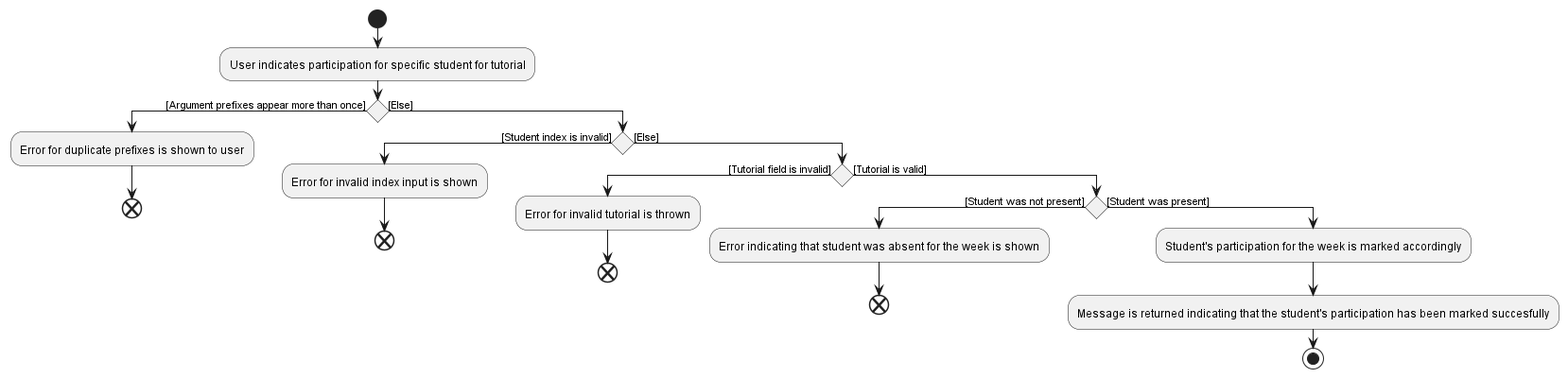
Above: docs/images/InputParticipationActivityDiagram.png in proto-aiken-13/tp (PlantUML), before the change.
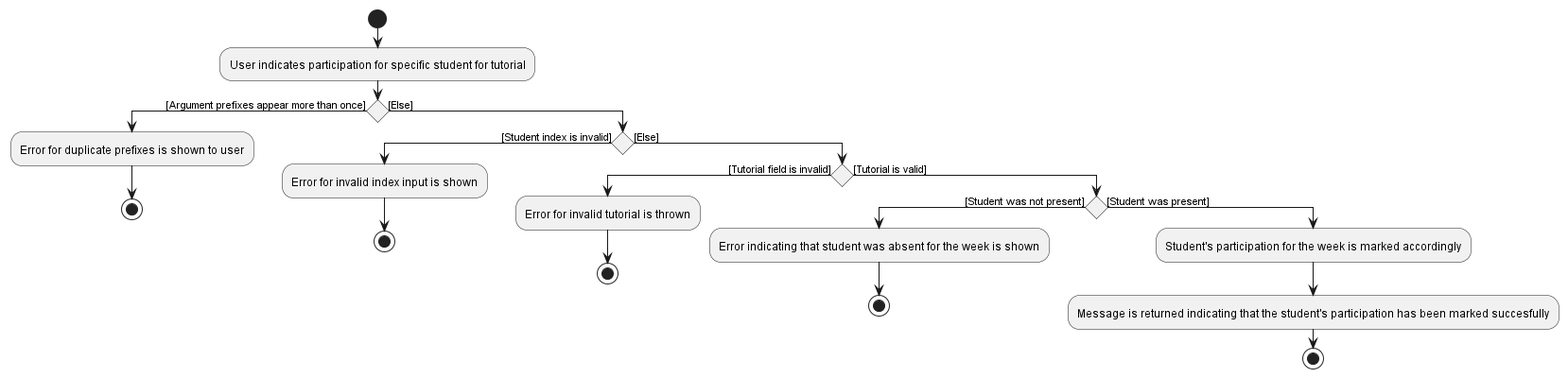
Later version of the same file.

Commit message:
Fix DG Activity Diagram

Change to the diagram source:
```diff
@@ -4,19 +4,19 @@
 :User indicates participation for specific student for tutorial;
 if () then ([Argument prefixes appear more than once])
     :Error for duplicate prefixes is shown to user;
-    end;
+    stop;
 else ([Else])
     if () then ([Student index is invalid])
         :Error for invalid index input is shown;
-        end;
+        stop;
     else ([Else])
         if () then ([Tutorial field is invalid])
             :Error for invalid tutorial is thrown;
-            end;
+            stop;
         else ([Tutorial is valid])
             if () then ([Student was not present])
                 :Error indicating that student was absent for the week is shown;
-                end;
+                stop;
             else ([Student was present])
                 :Student's participation for the week is marked accordingly;
                 :Message is returned indicating that the student's participation has been marked succesfully;
```
